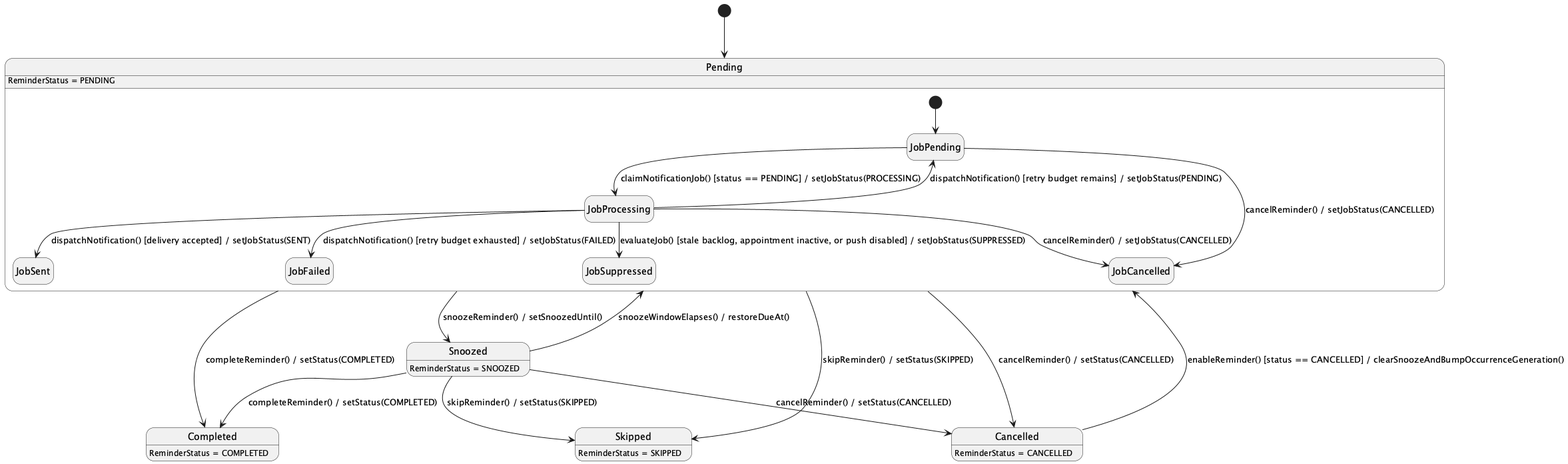
Before: 03_Design/Detailed_Design/MF02_Mother_Care_Journey/images/05_Appointments_Reminders_Checklists_and_Today_Tasks_StateChartDiagram.png, a diagram exported from PlantUML (ChuongBDHE172784/CareBridge_SEP490_G79). Source of this version:
```plantuml
@startuml
hide empty description
[*] --> Pending

Pending --> Snoozed : snoozeReminder() / setSnoozedUntil()
Snoozed --> Pending : snoozeWindowElapses() / restoreDueAt()
Pending --> Completed : completeReminder() / setStatus(COMPLETED)
Snoozed --> Completed : completeReminder() / setStatus(COMPLETED)
Pending --> Skipped : skipReminder() / setStatus(SKIPPED)
Snoozed --> Skipped : skipReminder() / setStatus(SKIPPED)
Pending --> Cancelled : cancelReminder() / setStatus(CANCELLED)
Snoozed --> Cancelled : cancelReminder() / setStatus(CANCELLED)
Cancelled --> Pending : enableReminder() [status == CANCELLED] / clearSnoozeAndBumpOccurrenceGeneration()

state Pending {
  [*] --> JobPending
  JobPending --> JobProcessing : claimNotificationJob() [status == PENDING] / setJobStatus(PROCESSING)
  JobProcessing --> JobSent : dispatchNotification() [delivery accepted] / setJobStatus(SENT)
  JobProcessing --> JobFailed : dispatchNotification() [retry budget exhausted] / setJobStatus(FAILED)
  JobProcessing --> JobPending : dispatchNotification() [retry budget remains] / setJobStatus(PENDING)
  JobProcessing --> JobSuppressed : evaluateJob() [stale backlog, appointment inactive, or push disabled] / setJobStatus(SUPPRESSED)
  JobPending --> JobCancelled : cancelReminder() / setJobStatus(CANCELLED)
  JobProcessing --> JobCancelled : cancelReminder() / setJobStatus(CANCELLED)
}

Pending : ReminderStatus = PENDING
Snoozed : ReminderStatus = SNOOZED
Completed : ReminderStatus = COMPLETED
Skipped : ReminderStatus = SKIPPED
Cancelled : ReminderStatus = CANCELLED
@enduml
```
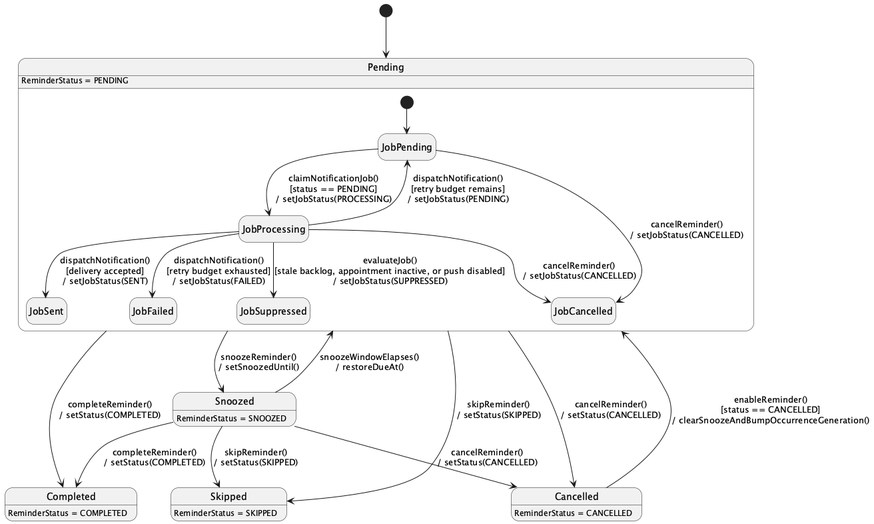
After the change.

The edit, as a diff of the source:
```diff
@@ -1,26 +1,26 @@
-@startuml
+@startuml StateChartDiagram_05AppointmentsRemindersChecklistsandTodayTasks
 hide empty description
 [*] --> Pending
 
-Pending --> Snoozed : snoozeReminder() / setSnoozedUntil()
-Snoozed --> Pending : snoozeWindowElapses() / restoreDueAt()
-Pending --> Completed : completeReminder() / setStatus(COMPLETED)
-Snoozed --> Completed : completeReminder() / setStatus(COMPLETED)
-Pending --> Skipped : skipReminder() / setStatus(SKIPPED)
-Snoozed --> Skipped : skipReminder() / setStatus(SKIPPED)
-Pending --> Cancelled : cancelReminder() / setStatus(CANCELLED)
-Snoozed --> Cancelled : cancelReminder() / setStatus(CANCELLED)
-Cancelled --> Pending : enableReminder() [status == CANCELLED] / clearSnoozeAndBumpOccurrenceGeneration()
+Pending --> Snoozed : snoozeReminder()\n/ setSnoozedUntil()
+Snoozed --> Pending : snoozeWindowElapses()\n/ restoreDueAt()
+Pending --> Completed : completeReminder()\n/ setStatus(COMPLETED)
+Snoozed --> Completed : completeReminder()\n/ setStatus(COMPLETED)
+Pending --> Skipped : skipReminder()\n/ setStatus(SKIPPED)
+Snoozed --> Skipped : skipReminder()\n/ setStatus(SKIPPED)
+Pending --> Cancelled : cancelReminder()\n/ setStatus(CANCELLED)
+Snoozed --> Cancelled : cancelReminder()\n/ setStatus(CANCELLED)
+Cancelled --> Pending : enableReminder()\n[status == CANCELLED]\n/ clearSnoozeAndBumpOccurrenceGeneration()
 
 state Pending {
   [*] --> JobPending
-  JobPending --> JobProcessing : claimNotificationJob() [status == PENDING] / setJobStatus(PROCESSING)
-  JobProcessing --> JobSent : dispatchNotification() [delivery accepted] / setJobStatus(SENT)
-  JobProcessing --> JobFailed : dispatchNotification() [retry budget exhausted] / setJobStatus(FAILED)
-  JobProcessing --> JobPending : dispatchNotification() [retry budget remains] / setJobStatus(PENDING)
-  JobProcessing --> JobSuppressed : evaluateJob() [stale backlog, appointment inactive, or push disabled] / setJobStatus(SUPPRESSED)
-  JobPending --> JobCancelled : cancelReminder() / setJobStatus(CANCELLED)
-  JobProcessing --> JobCancelled : cancelReminder() / setJobStatus(CANCELLED)
+  JobPending --> JobProcessing : claimNotificationJob()\n[status == PENDING]\n/ setJobStatus(PROCESSING)
+  JobProcessing --> JobSent : dispatchNotification()\n[delivery accepted]\n/ setJobStatus(SENT)
+  JobProcessing --> JobFailed : dispatchNotification()\n[retry budget exhausted]\n/ setJobStatus(FAILED)
+  JobProcessing --> JobPending : dispatchNotification()\n[retry budget remains]\n/ setJobStatus(PENDING)
+  JobProcessing --> JobSuppressed : evaluateJob()\n[stale backlog, appointment inactive, or push disabled]\n/ setJobStatus(SUPPRESSED)
+  JobPending --> JobCancelled : cancelReminder()\n/ setJobStatus(CANCELLED)
+  JobProcessing --> JobCancelled : cancelReminder()\n/ setJobStatus(CANCELLED)
 }
 
 Pending : ReminderStatus = PENDING
```
